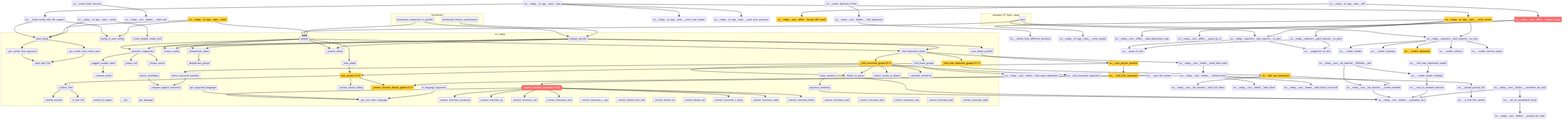
Above: project/flow.png in semcod/redup (Mermaid), before the change. Its source is kept beside it as project/flow.mmd.
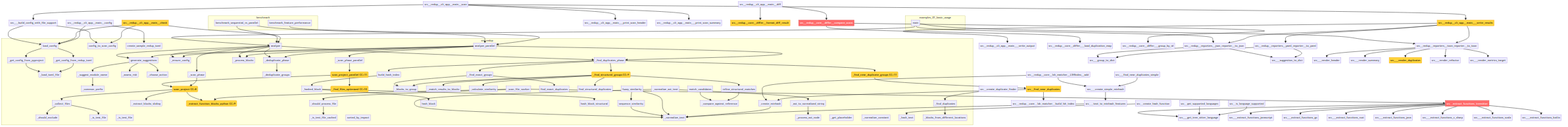
After the commit.

Change to the diagram source:
```diff
@@ -18,17 +18,18 @@
         src__redup__core__planner___assess_risk["_assess_risk"]
         src__redup__core__planner___choose_action["_choose_action"]
         src__redup__core__planner__generate_suggestions["generate_suggestions"]
-        src__redup__core__matcher__sequence_similarity["sequence_similarity"]
-        src__redup__core__matcher__fuzzy_similarity["fuzzy_similarity"]
-        src___compare_against_reference["_compare_against_reference"]
-        src__redup__core__matcher__match_candidates["match_candidates"]
-        src__refine_structural_matches["refine_structural_matches"]
         src__redup__core__scanner___should_exclude["_should_exclude"]
         src__redup__core__scanner___collect_files["_collect_files"]
         src__redup__core__scanner___is_test_file["_is_test_file"]
         src__redup__core__scanner___extract_blocks_sliding["_extract_blocks_sliding"]
         src___extract_function_blocks_python("_extract_function_blocks_python CC=9")
         src__redup__core__scanner__scan_project("scan_project CC=8")
+        src___scan_file_worker["_scan_file_worker"]
+        src___should_process_file["_should_process_file"]
+        src__redup__core__parallel_scanner___is_test_file["_is_test_file"]
+        src__scan_project_parallel("scan_project_parallel CC=11")
+        src___find_files_optimized("_find_files_optimized CC=10")
+        src___is_test_file_cached["_is_test_file_cached"]
         src__sorted_by_impact["sorted_by_impact"]
         src__redup__core__pipeline___blocks_to_group["_blocks_to_group"]
         src__redup__core__pipeline___deduplicate_groups["_deduplicate_groups"]
@@ -45,53 +46,53 @@
         src__redup__core__pipeline___calculate_similarity["_calculate_similarity"]
         src___find_near_duplicate_groups("_find_near_duplicate_groups CC=11")
         src__redup__core__pipeline__analyze_parallel["analyze_parallel"]
-        src____init__["__init__"]
-        src__get_language["get_language"]
-        src___get_tree_sitter_language["_get_tree_sitter_language"]
-        src___extract_functions_javascript["_extract_functions_javascript"]
-        src___extract_functions_go["_extract_functions_go"]
-        src___extract_functions_rust["_extract_functions_rust"]
-        src___extract_functions_java["_extract_functions_java"]
-        src__extract_functions_treesitter{{extract_functions_treesitter CC=23}}
-        src___extract_functions_c_cpp["_extract_functions_c_cpp"]
-        src___extract_blocks_html_xml["_extract_blocks_html_xml"]
-        src___extract_blocks_css["_extract_blocks_css"]
-        src___extract_blocks_sql["_extract_blocks_sql"]
-        src___extract_functions_c_sharp["_extract_functions_c_sharp"]
-        src___extract_functions_scala["_extract_functions_scala"]
-        src___extract_functions_kotlin["_extract_functions_kotlin"]
-        src___extract_functions_swift["_extract_functions_swift"]
-        src___extract_functions_objc["_extract_functions_objc"]
-        src___extract_functions_ruby["_extract_functions_ruby"]
-        src___extract_functions_php["_extract_functions_php"]
-        src___extract_functions_bash["_extract_functions_bash"]
-        src__get_supported_languages["get_supported_languages"]
-        src__is_language_supported["is_language_supported"]
+        src__redup__core__hasher___normalize_text["_normalize_text"]
+        src__redup__core__hasher___normalize_ast_text["_normalize_ast_text"]
+        src___ast_to_normalized_string["_ast_to_normalized_string"]
+        src__redup__core__hasher___process_ast_node["_process_ast_node"]
+        src__redup__core__hasher___get_placeholder["_get_placeholder"]
+        src__redup__core__hasher___normalize_constant["_normalize_constant"]
+        src__redup__core__hasher___hash_text["_hash_text"]
+        src__redup__core__hasher__hash_block["hash_block"]
+        src__redup__core__hasher__hash_block_structural["hash_block_structural"]
+        src__redup__core__hasher__find_exact_duplicates["find_exact_duplicates"]
+        src__find_structural_duplicates["find_structural_duplicates"]
+        src__redup__core__hasher___hashed_block["_hashed_block"]
+        src__redup__core__hasher__build_hash_index["build_hash_index"]
+        src__redup__core__hasher___find_duplicates["_find_duplicates"]
+        src___blocks_from_different_locations["_blocks_from_different_locations"]
+        src__redup__core__matcher__sequence_similarity["sequence_similarity"]
+        src__redup__core__matcher__fuzzy_similarity["fuzzy_similarity"]
+        src___compare_against_reference["_compare_against_reference"]
+        src__redup__core__matcher__match_candidates["match_candidates"]
+        src__refine_structural_matches["refine_structural_matches"]
+        src__redup__core__lsh_matcher___create_minhash["_create_minhash"]
     end
     examples__01_basic_usage__main --> src__redup__core__pipeline__analyze
     examples__01_basic_usage__main --> src__redup__reporters__toon_reporter__to_toon
     examples__01_basic_usage__main --> src__redup__reporters__json_reporter__to_json
-    benchmark__benchmark_sequential_vs_parallel --> src__redup__core__pipeline__analyze
-    benchmark__benchmark_sequential_vs_parallel --> src__redup__core__pipeline__analyze_parallel
-    benchmark__benchmark_feature_performance --> src__redup__core__pipeline__analyze_parallel
     src___get_config_from_pyproject --> src__redup__core__config___load_toml_file
     src___get_config_from_redup_toml --> src__redup__core__config___load_toml_file
     src__redup__core__config__load_config --> src___get_config_from_redup_toml
     src__redup__core__config__load_config --> src___get_config_from_pyproject
+    benchmark__benchmark_sequential_vs_parallel --> src__redup__core__pipeline__analyze
+    benchmark__benchmark_sequential_vs_parallel --> src__redup__core__pipeline__analyze_parallel
+    benchmark__benchmark_feature_performance --> src__redup__core__pipeline__analyze_parallel
     src__redup__core__planner___suggest_module_name --> src__redup__core__planner___common_prefix
     src__redup__core__planner__generate_suggestions --> src__redup__core__planner___choose_action
     src__redup__core__planner__generate_suggestions --> src__redup__core__planner___suggest_module_name
     src__redup__core__planner__generate_suggestions --> src__redup__core__planner___assess_risk
-    src__redup__core__matcher__sequence_similarity --> src__redup__core__hasher___normalize_text
-    src__redup__core__matcher__fuzzy_similarity --> src__redup__core__hasher___normalize_text
-    src__redup__core__matcher__fuzzy_similarity --> src__redup__core__matcher__sequence_similarity
-    src__redup__core__matcher__match_candidates --> src___compare_against_reference
-    src__refine_structural_matches --> src___compare_against_reference
     src__redup__core__scanner___collect_files --> src__redup__core__scanner___should_exclude
     src__redup__core__scanner___collect_files --> src__redup__core__scanner___is_test_file
     src__redup__core__scanner__scan_project --> src__redup__core__scanner___collect_files
     src__redup__core__scanner__scan_project --> src__redup__core__scanner___extract_blocks_sliding
     src__redup__core__scanner__scan_project --> src___extract_function_blocks_python
+    src___scan_file_worker --> src___should_process_file
+    src___scan_file_worker --> src___extract_function_blocks_python
+    src___scan_file_worker --> src__extract_functions_treesitter
+    src___should_process_file --> src___is_test_file_cached
+    src__scan_project_parallel --> src___find_files_optimized
+    src__scan_project_parallel --> src__redup__core__scanner__scan_project
     src__redup__core__pipeline__analyze --> src__redup__core__pipeline___ensure_config
     src__redup__core__pipeline__analyze --> src__redup__core__pipeline___scan_phase
     src__redup__core__pipeline__analyze --> src__redup__core__pipeline___process_blocks
@@ -119,6 +120,35 @@
     src__redup__core__pipeline__analyze_parallel --> src__redup__core__pipeline___find_duplicates_phase
     src__redup__core__pipeline__analyze_parallel --> src__redup__core__pipeline___deduplicate_phase
     src__redup__core__pipeline__analyze_parallel --> src__redup__core__planner__generate_suggestions
+    src__redup__core__hasher___normalize_ast_text --> src__redup__core__hasher___normalize_text
+    src__redup__core__hasher___normalize_ast_text --> src___ast_to_normalized_string
+    src___ast_to_normalized_string --> src__redup__core__hasher___process_ast_node
+    src__redup__core__hasher___hashed_block --> src__redup__core__hasher__hash_block
+    src__redup__core__hasher___hashed_block --> src__redup__core__hasher__hash_block_structural
+    src__redup__core__hasher__build_hash_index --> src__redup__core__hasher___hashed_block
+    src__redup__core__hasher___find_duplicates --> src___blocks_from_different_locations
+    src__redup__core__matcher__sequence_similarity --> src__redup__core__hasher___normalize_text
+    src__redup__core__matcher__fuzzy_similarity --> src__redup__core__hasher___normalize_text
+    src__redup__core__matcher__fuzzy_similarity --> src__redup__core__matcher__sequence_similarity
+    src__redup__core__matcher__match_candidates --> src___compare_against_reference
+    src__refine_structural_matches --> src___compare_against_reference
+    src__redup__core__lsh_matcher___create_minhash --> src__redup__core__hasher___normalize_text
+    src___text_to_minhash_features --> src__redup__core__hasher___normalize_text
+    src___create_simple_minhash --> src___text_to_minhash_features
+    src__redup__core__lsh_matcher__LSHIndex__add --> src__redup__core__lsh_matcher___create_minhash
+    src__redup__core__lsh_matcher__LSHIndex__add --> src___create_simple_minhash
+    src__find_near_duplicates --> src__redup__core__lsh_matcher___create_minhash
+    src___find_near_duplicates_simple --> src___create_simple_minhash
+    src__find_near_duplicates --> src__redup__core__lsh_matcher__build_lsh_index
+    src__redup__reporters__json_reporter__to_json --> src___group_to_dict
+    src__redup__reporters__json_reporter__to_json --> src___suggestion_to_dict
+    src__redup__reporters__toon_reporter__to_toon --> src___render_header
+    src__redup__reporters__toon_reporter__to_toon --> src___render_summary
+    src__redup__reporters__toon_reporter__to_toon --> src___render_duplicates
+    src__redup__reporters__toon_reporter__to_toon --> src___render_refactor
+    src__redup__reporters__toon_reporter__to_toon --> src___render_metrics_target
+    src__redup__reporters__yaml_reporter__to_yaml --> src___group_to_dict
+    src__redup__reporters__yaml_reporter__to_yaml --> src___suggestion_to_dict
     src__extract_functions_treesitter --> src___get_tree_sitter_language
     src__extract_functions_treesitter --> src___extract_functions_javascript
     src__extract_functions_treesitter --> src___extract_functions_go
@@ -129,38 +159,8 @@
     src__extract_functions_treesitter --> src___extract_functions_kotlin
     src__get_supported_languages --> src___get_tree_sitter_language
     src__is_language_supported --> src___get_tree_sitter_language
-    src___scan_file_worker --> src___should_process_file
-    src___scan_file_worker --> src___extract_function_blocks_python
-    src___scan_file_worker --> src__extract_functions_treesitter
-    src___should_process_file --> src___is_test_file_cached
-    src__scan_project_parallel --> src___find_files_optimized
-    src__scan_project_parallel --> src__redup__core__scanner__scan_project
-    src__redup__core__lsh_matcher___create_minhash --> src__redup__core__hasher___normalize_text
-    src___text_to_minhash_features --> src__redup__core__hasher___normalize_text
-    src___create_simple_minhash --> src___text_to_minhash_features
-    src__redup__core__lsh_matcher__LSHIndex__add --> src__redup__core__lsh_matcher___create_minhash
-    src__redup__core__lsh_matcher__LSHIndex__add --> src___create_simple_minhash
-    src__find_near_duplicates --> src__redup__core__lsh_matcher___create_minhash
-    src___find_near_duplicates_simple --> src___create_simple_minhash
-    src__find_near_duplicates --> src__redup__core__lsh_matcher__build_lsh_index
-    src__redup__reporters__json_reporter__to_json --> src___group_to_dict
-    src__redup__reporters__json_reporter__to_json --> src___suggestion_to_dict
-    src__redup__reporters__yaml_reporter__to_yaml --> src___group_to_dict
-    src__redup__reporters__yaml_reporter__to_yaml --> src___suggestion_to_dict
-    src__redup__reporters__toon_reporter__to_toon --> src___render_header
-    src__redup__reporters__toon_reporter__to_toon --> src___render_summary
-    src__redup__reporters__toon_reporter__to_toon --> src___render_duplicates
-    src__redup__reporters__toon_reporter__to_toon --> src___render_refactor
-    src__redup__reporters__toon_reporter__to_toon --> src___render_metrics_target
     src__create_hash_function --> src__redup__core__hasher___hash_text
     src__create_duplicate_finder --> src__redup__core__hasher___find_duplicates
-    src__redup__core__hasher___normalize_ast_text --> src__redup__core__hasher___normalize_text
-    src__redup__core__hasher___normalize_ast_text --> src___ast_to_normalized_string
-    src___ast_to_normalized_string --> src__redup__core__hasher___process_ast_node
-    src__redup__core__hasher___hashed_block --> src__redup__core__hasher__hash_block
-    src__redup__core__hasher___hashed_block --> src__redup__core__hasher__hash_block_structural
-    src__redup__core__hasher__build_hash_index --> src__redup__core__hasher___hashed_block
-    src__redup__core__hasher___find_duplicates --> src___blocks_from_different_locations
     src___build_config_with_file_support --> src__redup__core__config__load_config
     src___build_config_with_file_support --> src__redup__core__config__config_to_scan_config
     src__redup__cli_app__main___write_results --> src__redup__cli_app__main___write_output
@@ -184,4 +184,4 @@
     classDef highCC fill:#ff6b6b,stroke:#c92a2a,color:#fff
     classDef medCC fill:#ffd43b,stroke:#f08c00,color:#000
     class src__extract_functions_treesitter,src__redup__core__differ__compare_scans highCC
-    class src___extract_function_blocks_python,src__redup__core__scanner__scan_project,src___find_structural_groups,src___find_near_duplicate_groups,src__scan_project_parallel,src___find_files_optimized,src__to_markdown,src___get_refactoring_metrics,src__find_near_duplicates,src__find_all_near_duplicates,src___render_duplicates,src__redup__cli_app__main___write_results,src__redup__cli_app__main__check,src__redup__core__differ__format_diff_result medCC
+    class src___extract_function_blocks_python,src__redup__core__scanner__scan_project,src__scan_project_parallel,src___find_files_optimized,src___find_structural_groups,src___find_near_duplicate_groups,src__find_near_duplicates,src__find_all_near_duplicates,src__to_markdown,src___render_duplicates,src___get_refactoring_metrics,src__redup__cli_app__main___write_results,src__redup__cli_app__main__check,src__redup__core__differ__format_diff_result medCC
```
